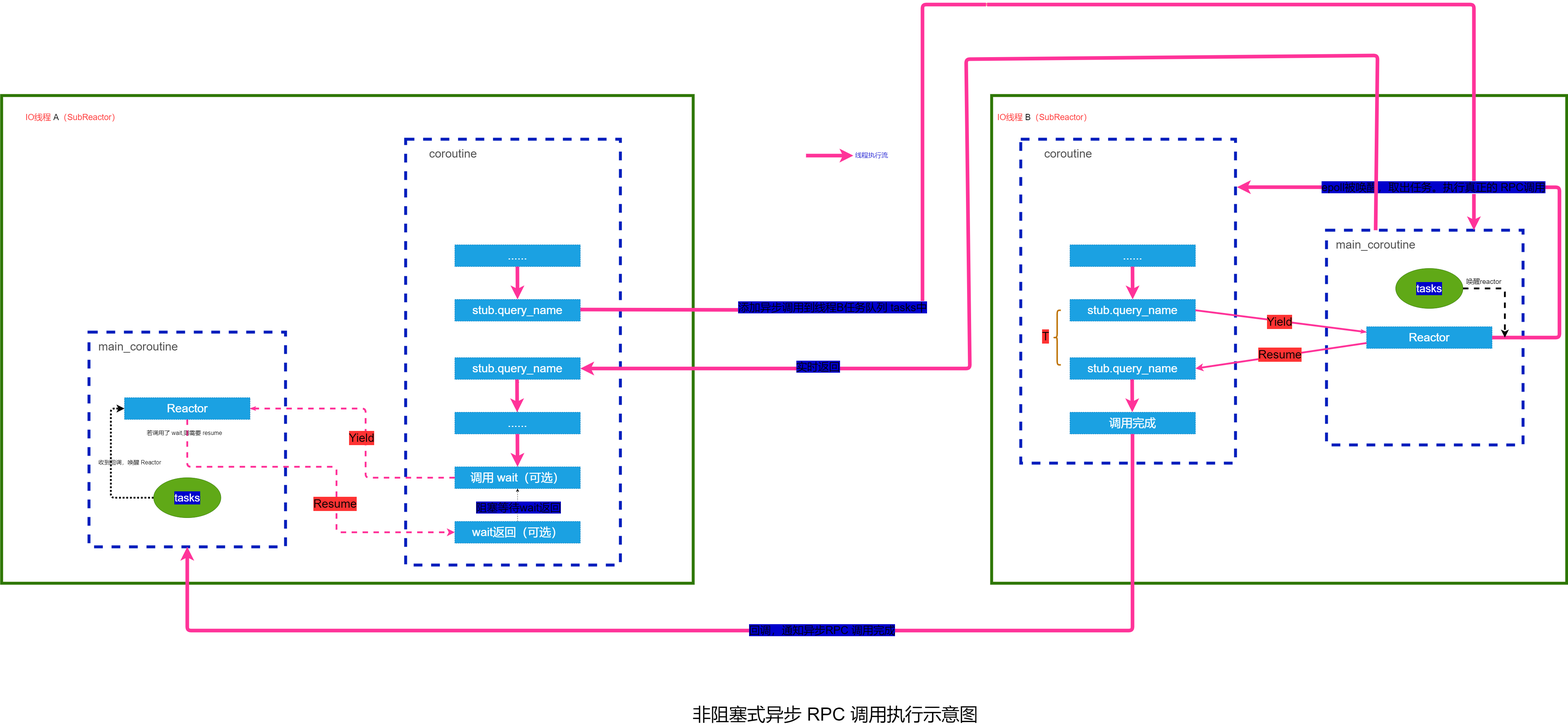
Gooddbird/tinyrpc keeps this draw.io diagram as imgs/nonblock_async_call.drawio.png. Above is the earlier version. Source tidied: cells renumbered, new cells last; positions are measured from the earlier drawing's top-left corner, leaving out a move shared by most shapes.
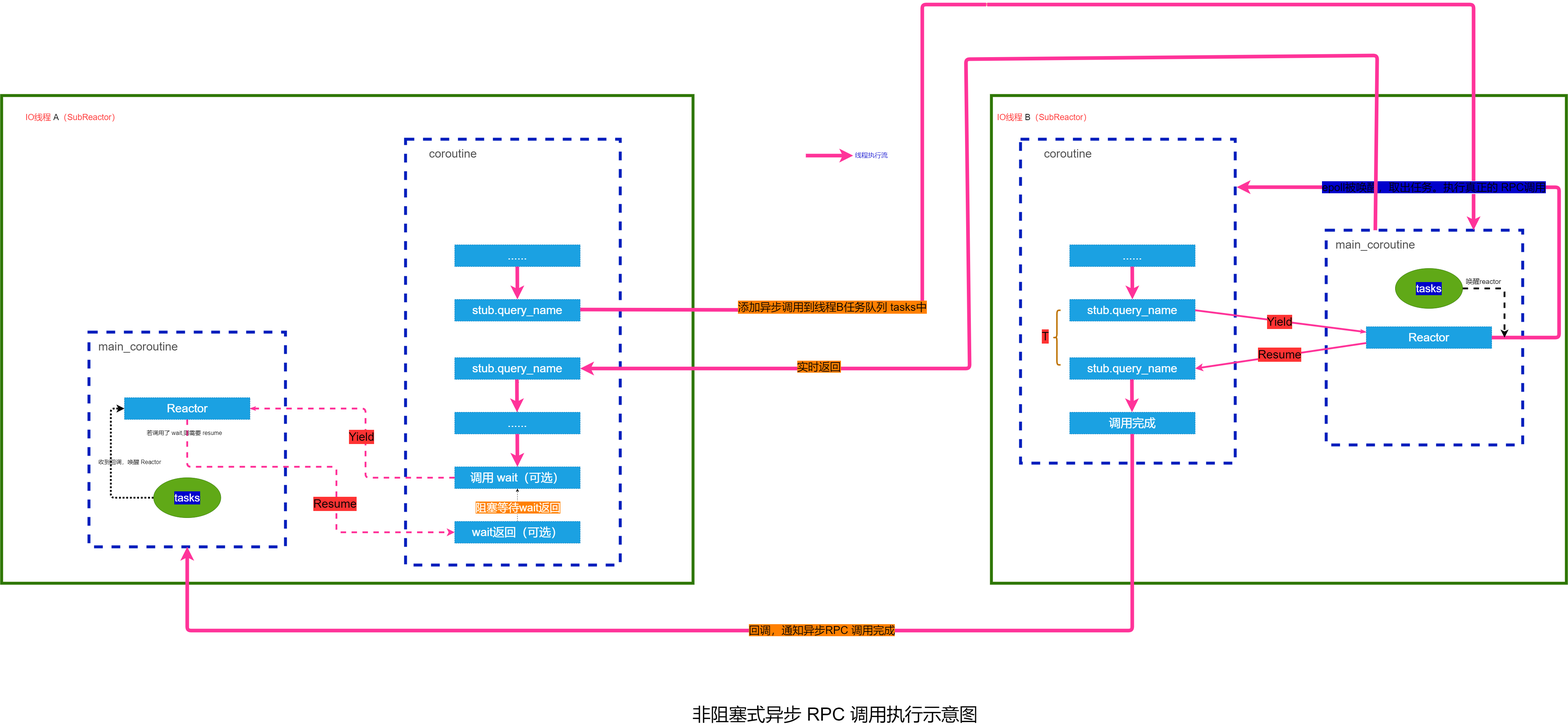
After the change.

The edit, as a diff of the source:
```diff
@@ -125,7 +125,7 @@
         </Array>
       </mxGeometry>
     </mxCell>
-    <mxCell id="35" value="&lt;font style=&quot;font-size: 30px ; background-color: rgb(0 , 0 , 204)&quot;&gt;添加异步调用到线程B任务队列 tasks中&lt;/font&gt;" style="edgeLabel;html=1;align=center;verticalAlign=middle;fontSize=27;" parent="34" vertex="1">
+    <mxCell id="35" value="&lt;font style=&quot;font-size: 30px;&quot;&gt;添加异步调用到线程B任务队列 tasks中&lt;/font&gt;" style="edgeLabel;html=1;align=center;verticalAlign=middle;fontSize=27;labelBackgroundColor=#FF8000;" parent="34" vertex="1">
       <mxGeometry x="-0.6" y="1" relative="1" as="geometry">
         <mxPoint x="-85" y="-9" as="offset" />
       </mxGeometry>
@@ -153,7 +153,7 @@
         </Array>
       </mxGeometry>
     </mxCell>
-    <mxCell id="39" value="&lt;span style=&quot;background-color: rgb(0 , 0 , 204)&quot;&gt;实时返回&lt;/span&gt;" style="edgeLabel;html=1;align=center;verticalAlign=middle;fontSize=30;" parent="38" vertex="1">
+    <mxCell id="39" value="&lt;span style=&quot;background-color: rgb(255 , 128 , 0)&quot;&gt;实时返回&lt;/span&gt;" style="edgeLabel;html=1;align=center;verticalAlign=middle;fontSize=30;" parent="38" vertex="1">
       <mxGeometry x="0.63" y="5" relative="1" as="geometry">
         <mxPoint x="1" y="-12" as="offset" />
       </mxGeometry>
@@ -192,7 +192,7 @@
     <mxCell id="47" value="wait返回（可选）" style="rounded=0;whiteSpace=wrap;html=1;dashed=1;fontSize=32;fillColor=#1ba1e2;fontColor=#ffffff;strokeColor=#006EAF;" parent="1" vertex="1">
       <mxGeometry x="1245" y="1420" width="345" height="60" as="geometry" />
     </mxCell>
-    <mxCell id="48" value="&lt;span style=&quot;background-color: rgb(0 , 0 , 204)&quot;&gt;阻塞等待wait返回&lt;/span&gt;" style="edgeLabel;html=1;align=center;verticalAlign=middle;fontSize=30;" parent="1" vertex="1">
+    <mxCell id="48" value="&lt;font style=&quot;background-color: rgb(255 , 128 , 0)&quot; color=&quot;#ffffff&quot;&gt;阻塞等待wait返回&lt;/font&gt;" style="edgeLabel;html=1;align=center;verticalAlign=middle;fontSize=30;" parent="1" vertex="1">
       <mxGeometry x="1417.5" y="1380" as="geometry" />
     </mxCell>
     <mxCell id="49" value="&lt;font color=&quot;#000000&quot;&gt;&lt;br&gt;&lt;/font&gt;" style="rounded=0;whiteSpace=wrap;html=1;strokeWidth=8;fillColor=none;fontColor=#ffffff;strokeColor=#001DBC;dashed=1;" parent="1" vertex="1">
@@ -256,7 +256,7 @@
         </Array>
       </mxGeometry>
     </mxCell>
-    <mxCell id="60" value="&lt;span style=&quot;background-color: rgb(0 , 0 , 204)&quot;&gt;回调，通知异步RPC 调用完成&lt;/span&gt;" style="edgeLabel;html=1;align=center;verticalAlign=middle;fontSize=30;" parent="1" vertex="1">
+    <mxCell id="60" value="&lt;span style=&quot;background-color: rgb(255 , 128 , 0)&quot;&gt;回调，通知异步RPC 调用完成&lt;/span&gt;" style="edgeLabel;html=1;align=center;verticalAlign=middle;fontSize=30;" parent="1" vertex="1">
       <mxGeometry x="2270" y="1710" as="geometry">
         <mxPoint x="-18" y="7" as="offset" />
       </mxGeometry>
```
